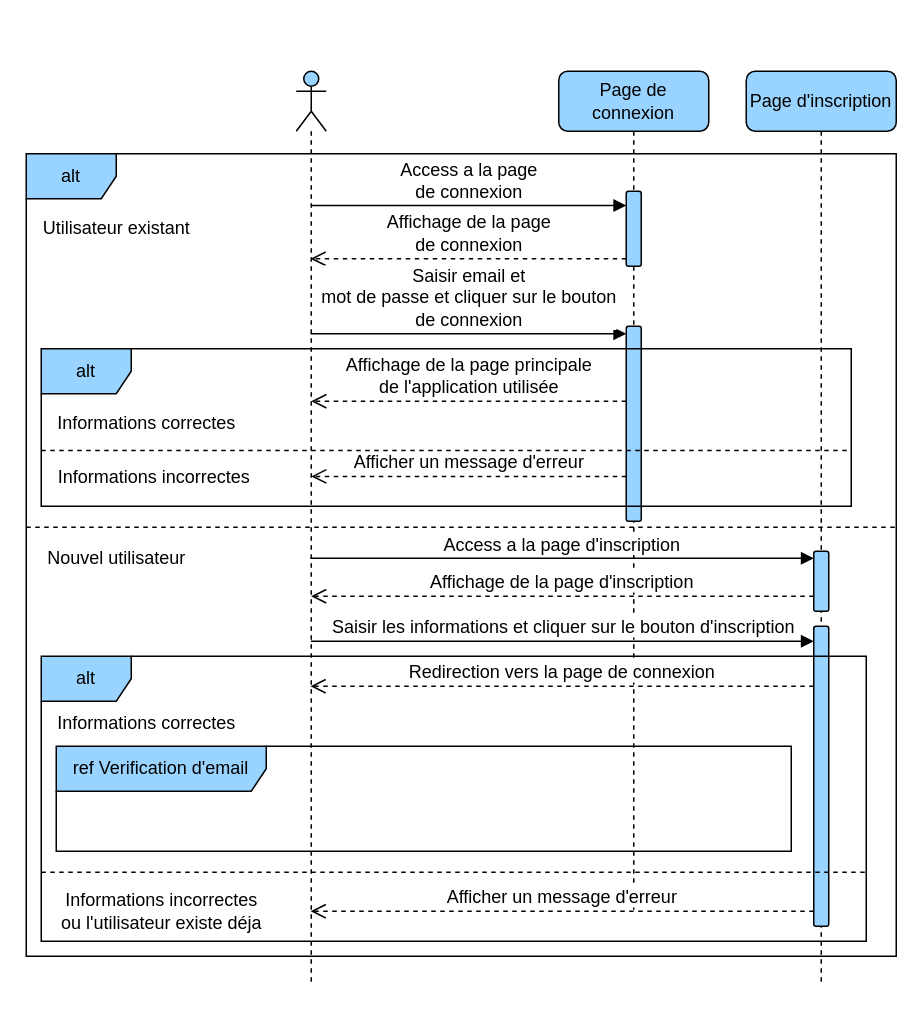
Earlier version of the draw.io diagram page "auth-email" (1 of 7) of diagrams/sequence.drawio (devlotfi/peage-pay). Source tidied: cells renumbered, new cells numbered last; positions are measured from the earlier drawing's top-left corner, leaving out a move shared by most shapes. Both pictures are drawn from the tidied source at 150%, with x=0, y=0 at pixel (26, 70).
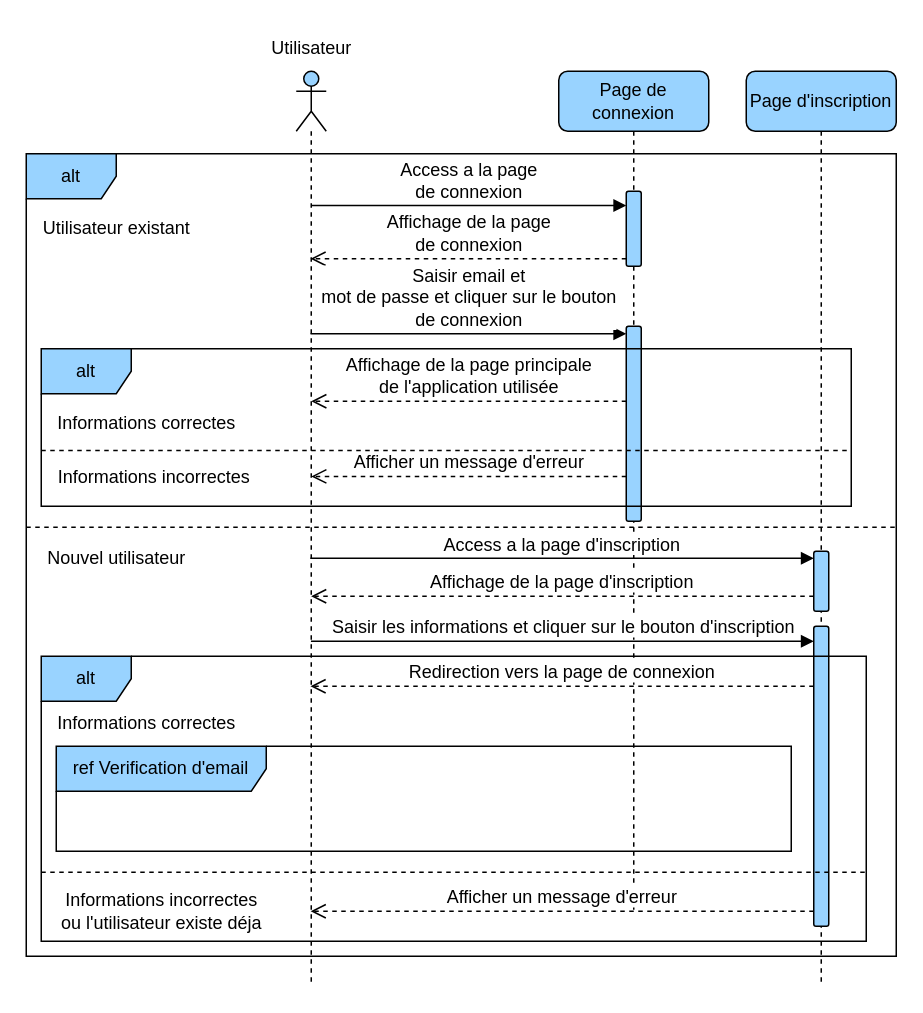
The same diagram, later.

The edit, as a diff of the source:
```diff
@@
+    <mxCell id="32" value="Utilisateur" style="text;html=1;align=center;verticalAlign=middle;strokeColor=none;fillColor=none;" parent="1" vertex="1">
+      <mxGeometry x="150" y="-30" width="80" height="30" as="geometry" />
+    </mxCell>
```
